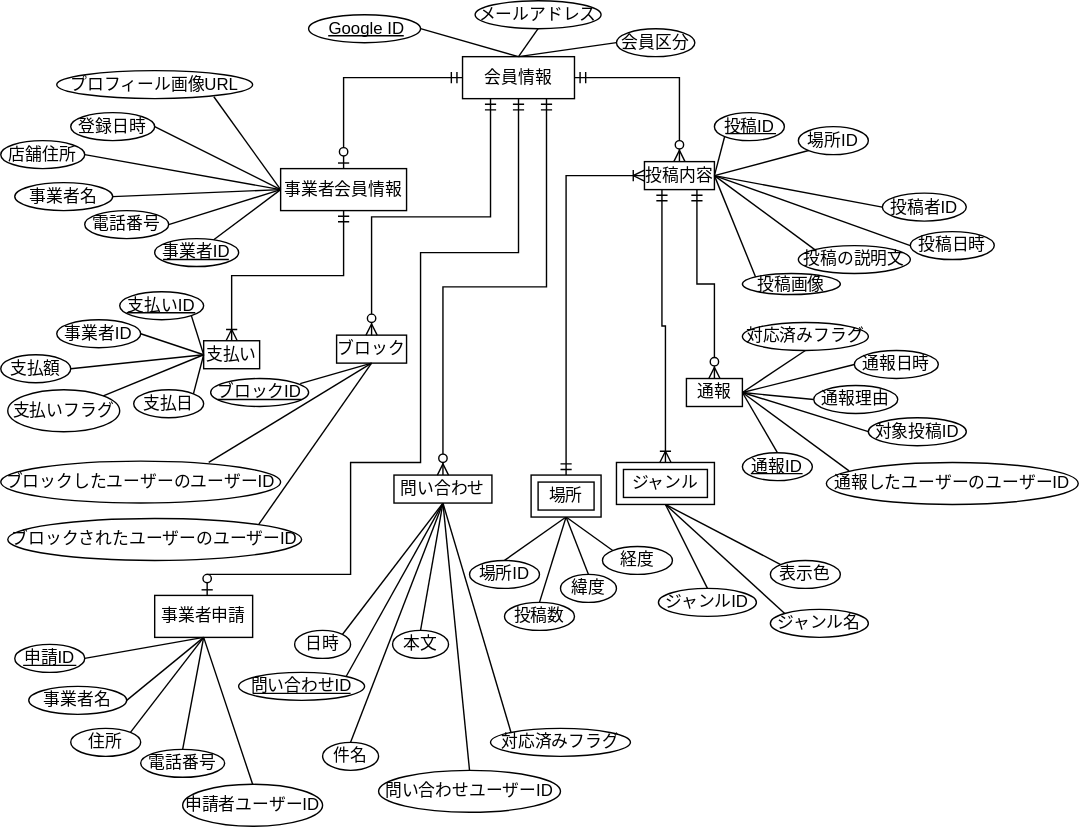
Above: sections/section8_database.svg in KUT-Group12/external-design (draw.io), before the change. Source tidied: cells renumbered, new cells last; positions are measured from the earlier drawing's top-left corner, leaving out a move shared by most shapes.
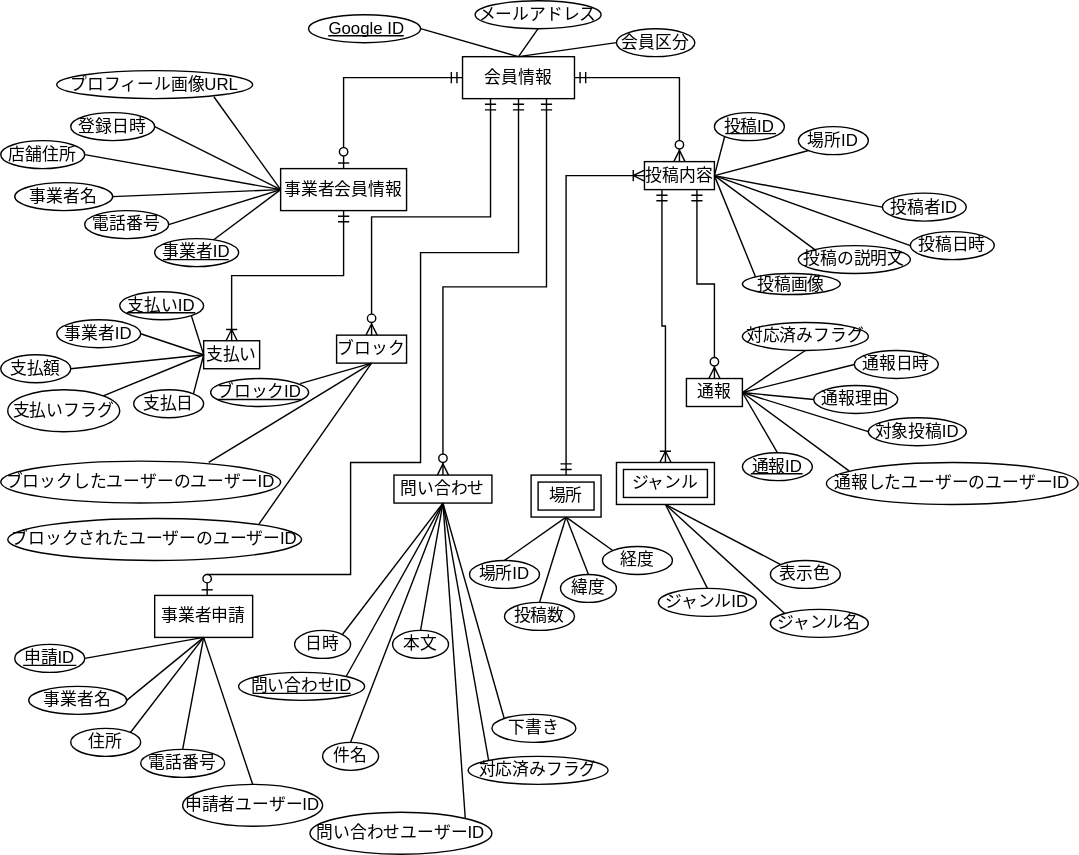
Above is the later version.

Commit message:
docs : 問い合わせテーブルに下書きを追加

Diff of the diagram source:
```diff
@@ -76,7 +76,7 @@
       <mxGeometry relative="1" as="geometry" />
     </mxCell>
     <mxCell id="25" value="問い合わせユーザーID" style="ellipse;whiteSpace=wrap;html=1;align=center;" parent="1" vertex="1">
-      <mxGeometry x="270" y="550" width="130" height="30" as="geometry" />
+      <mxGeometry x="221" y="580" width="130" height="30" as="geometry" />
     </mxCell>
     <mxCell id="26" value="件名" style="ellipse;whiteSpace=wrap;html=1;align=center;direction=west;" parent="1" vertex="1">
       <mxGeometry x="230" y="530" width="40" height="20" as="geometry" />
@@ -88,7 +88,7 @@
       <mxGeometry x="210" y="450" width="40" height="20" as="geometry" />
     </mxCell>
     <mxCell id="29" value="対応済みフラグ" style="ellipse;whiteSpace=wrap;html=1;align=center;" parent="1" vertex="1">
-      <mxGeometry x="350" y="520" width="100" height="20" as="geometry" />
+      <mxGeometry x="334" y="540" width="100" height="20" as="geometry" />
     </mxCell>
     <mxCell id="30" style="endArrow=none;html=1;rounded=0;entryX=0.5;entryY=1;entryDx=0;entryDy=0;exitX=1;exitY=0;exitDx=0;exitDy=0;" parent="1" edge="1" source="114" target="86">
       <mxGeometry relative="1" as="geometry" />
@@ -102,7 +102,7 @@
     <mxCell id="33" style="endArrow=none;html=1;rounded=0;entryX=0.5;entryY=1;entryDx=0;entryDy=0;exitX=0.5;exitY=1;exitDx=0;exitDy=0;" parent="1" edge="1" source="26" target="86">
       <mxGeometry relative="1" as="geometry" />
     </mxCell>
-    <mxCell id="34" style="endArrow=none;html=1;rounded=0;entryX=0.5;entryY=1;entryDx=0;entryDy=0;exitX=0.5;exitY=0;exitDx=0;exitDy=0;" parent="1" edge="1" source="25" target="86">
+    <mxCell id="34" style="endArrow=none;html=1;rounded=0;entryX=0.5;entryY=1;entryDx=0;entryDy=0;exitX=1;exitY=0;exitDx=0;exitDy=0;" parent="1" edge="1" source="25" target="86">
       <mxGeometry relative="1" as="geometry" />
     </mxCell>
     <mxCell id="35" style="endArrow=none;html=1;rounded=0;entryX=0.5;entryY=1;entryDx=0;entryDy=0;exitX=0;exitY=0;exitDx=0;exitDy=0;" parent="1" edge="1" source="29" target="86">
@@ -417,5 +417,11 @@
     <mxCell id="130" style="endArrow=none;html=1;rounded=0;exitX=0.5;exitY=1;exitDx=0;exitDy=0;entryX=0.5;entryY=0;entryDx=0;entryDy=0;" parent="1" edge="1" source="117" target="125">
       <mxGeometry relative="1" as="geometry" />
     </mxCell>
+    <mxCell id="131" value="下書き" style="ellipse;whiteSpace=wrap;html=1;align=center;" parent="1" vertex="1">
+      <mxGeometry x="351" y="510" width="60" height="20" as="geometry" />
+    </mxCell>
+    <mxCell id="132" style="endArrow=none;html=1;rounded=0;entryX=0.5;entryY=1;entryDx=0;entryDy=0;exitX=0;exitY=0;exitDx=0;exitDy=0;" parent="1" edge="1" source="131" target="86">
+      <mxGeometry relative="1" as="geometry" />
+    </mxCell>
   </root>
 </mxGraphModel>
```
